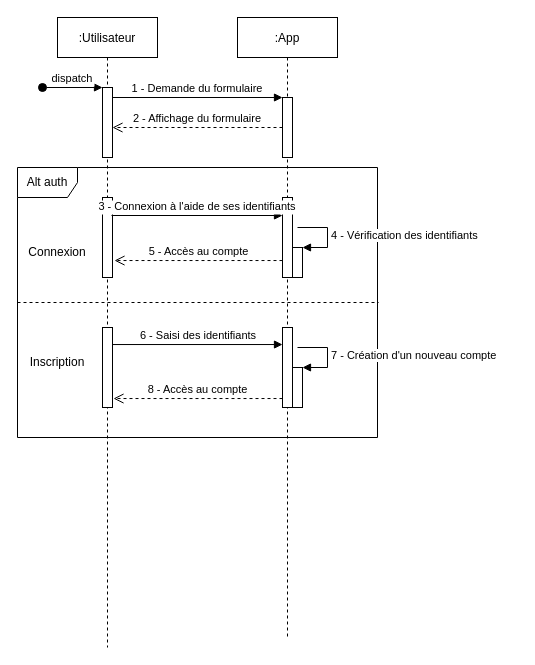
Luca-OpenClassRooms/project_6 keeps this draw.io diagram as UML/Séquences/Authentification.drawio. Above is the earlier version. Source tidied: cells renumbered, new cells numbered last; positions are measured from the earlier drawing's top-left corner, leaving out a move shared by most shapes. Both pictures are drawn from the tidied source at 100%, with x=0, y=0 at pixel (17, 17).
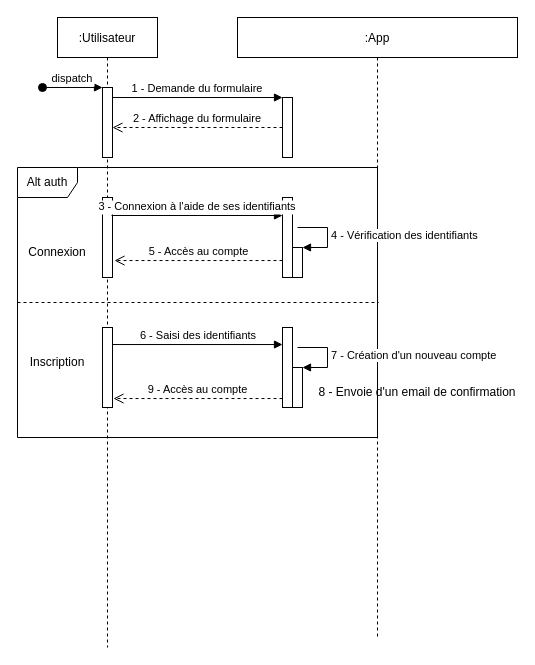
The same diagram, later.

The change refers to these unchanged cells:
```xml
<mxCell id="7" style="html=1;points=[];perimeter=orthogonalPerimeter;" parent="3" vertex="1">
  <mxGeometry x="45" y="310" width="10" height="80" as="geometry" />
</mxCell>
<mxCell id="13" style="html=1;points=[];perimeter=orthogonalPerimeter;" parent="8" vertex="1">
  <mxGeometry x="45" y="310" width="10" height="80" as="geometry" />
</mxCell>
```

Change to the diagram source:
```diff
@@
     <mxCell id="8" value=":App" style="shape=umlLifeline;perimeter=lifelinePerimeter;rounded=0;shadow=0;strokeWidth=1;" parent="1" vertex="1">
-      <mxGeometry x="220" width="100" height="620" as="geometry" />
+      <mxGeometry x="220" width="280" height="620" as="geometry" />
     </mxCell>
@@
+    <mxCell id="25" value="8 - Envoie d'un email de confirmation" style="text;html=1;strokeColor=none;fillColor=none;align=center;verticalAlign=middle;whiteSpace=wrap;rounded=0;" parent="8" vertex="1">
+      <mxGeometry x="80" y="360" width="200" height="30" as="geometry" />
+    </mxCell>
@@
-    <mxCell id="22" value="8 - Accès au compte" style="html=1;verticalAlign=bottom;endArrow=open;dashed=1;endSize=8;rounded=0;entryX=1.1;entryY=0.888;entryDx=0;entryDy=0;entryPerimeter=0;" parent="1" edge="1" source="13" target="7">
+    <mxCell id="22" value="9 - Accès au compte" style="html=1;verticalAlign=bottom;endArrow=open;dashed=1;endSize=8;rounded=0;entryX=1.1;entryY=0.888;entryDx=0;entryDy=0;entryPerimeter=0;" parent="1" edge="1" source="13" target="7">
       <mxGeometry relative="1" as="geometry" />
     </mxCell>
```
